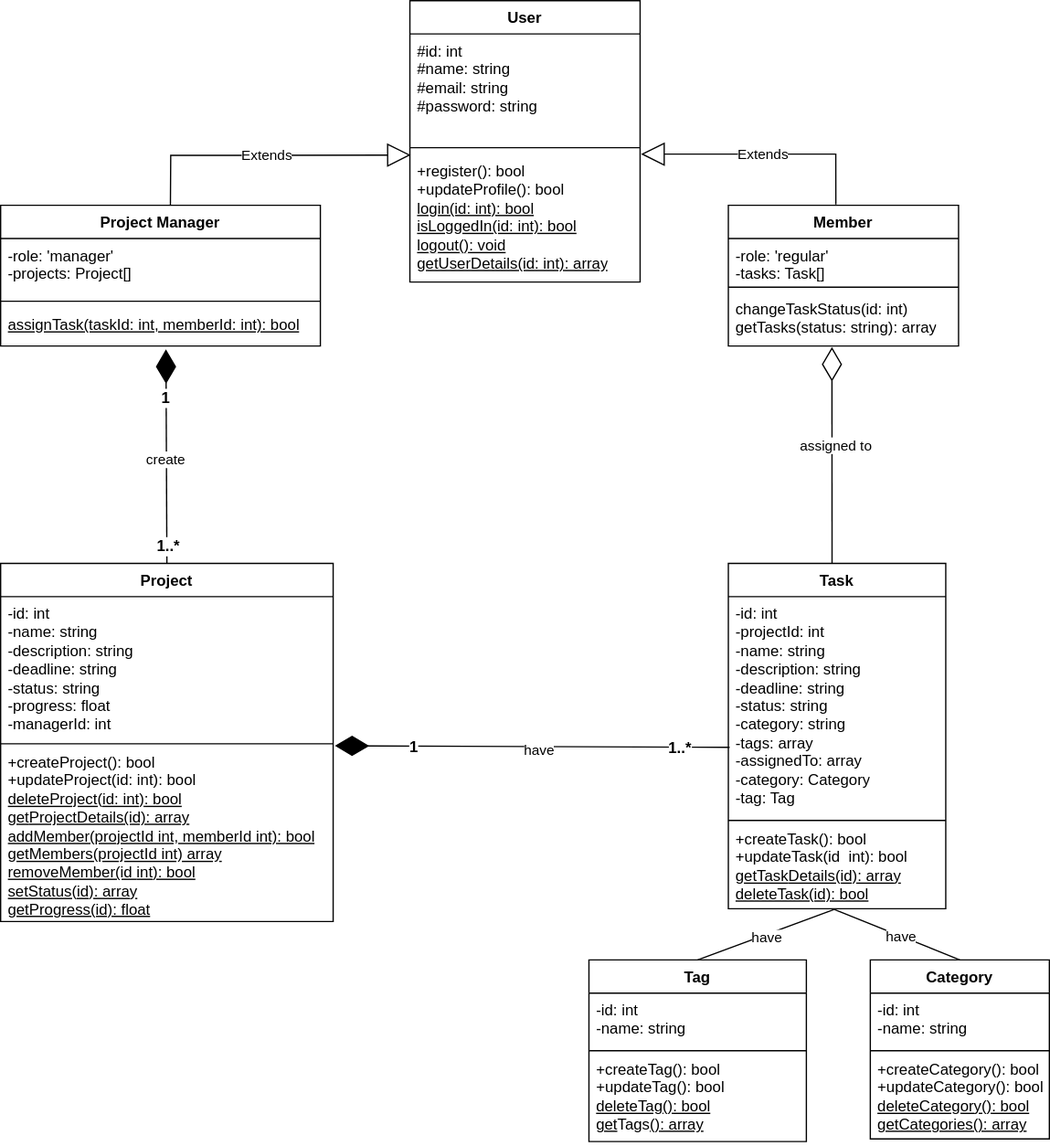
Before: UML Diagrams/class.svg, a diagram exported from draw.io (Youcode-Classe-E-2024-2025/Ayoub_Akraou-Project). Source tidied: cells renumbered, new cells last; positions are measured from the earlier drawing's top-left corner, leaving out a move shared by most shapes.
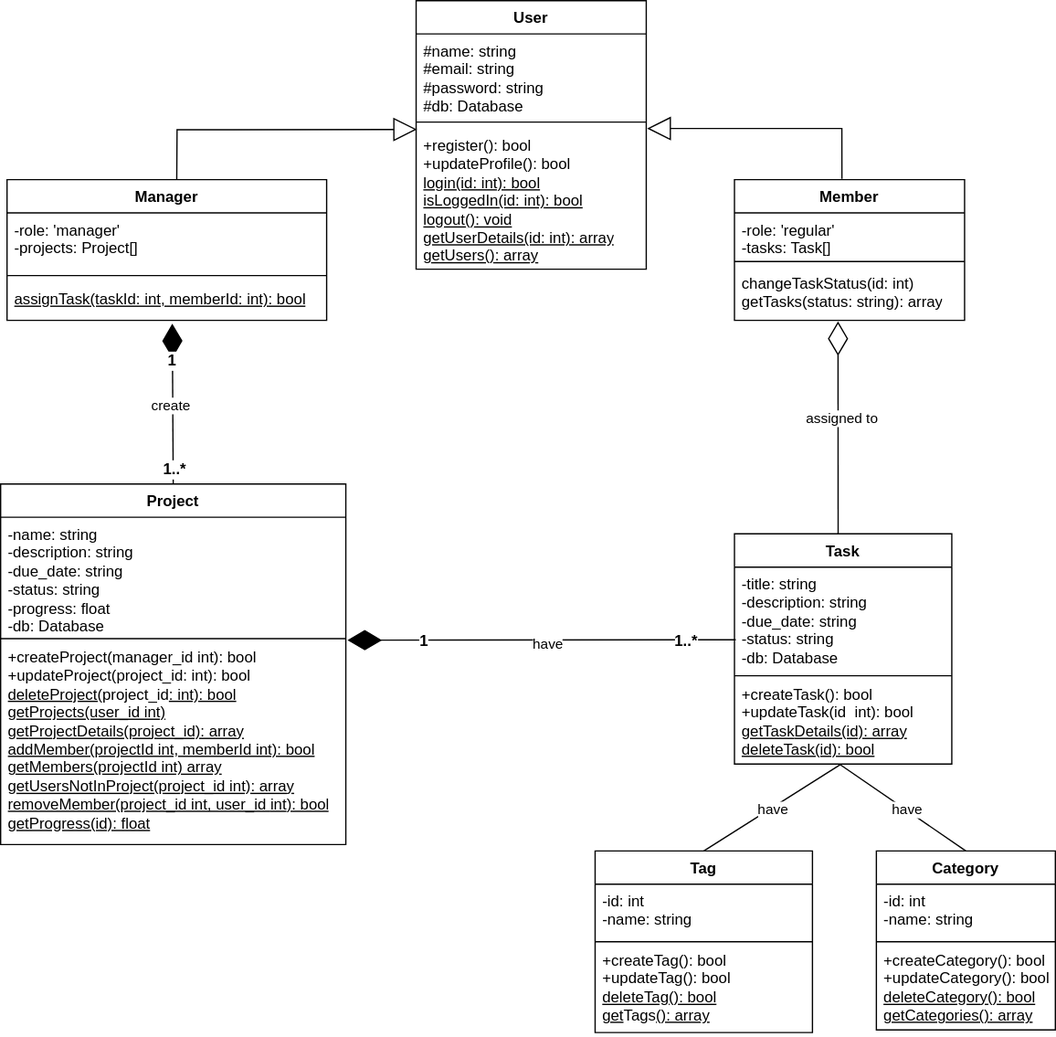
After the commit.

Commit message:
mettre a jour le diagram de class pour etre plus pratique et realistique

What changed in the source:
```diff
@@ -3,30 +3,30 @@
     <mxCell id="0" />
     <mxCell id="1" parent="0" />
     <mxCell id="2" value="User" style="swimlane;fontStyle=1;align=center;verticalAlign=top;horizontal=1;startSize=26;whiteSpace=wrap;html=1;" parent="1" vertex="1">
-      <mxGeometry x="320" width="180" height="220" as="geometry" />
+      <mxGeometry x="320" y="20" width="180" height="210" as="geometry" />
     </mxCell>
-    <mxCell id="3" value="&lt;div&gt;#id: int&lt;/div&gt;#name: string&lt;div&gt;#email: string&lt;/div&gt;&lt;div&gt;#password: string&lt;/div&gt;" style="text;strokeColor=none;fillColor=none;align=left;verticalAlign=top;spacingLeft=4;spacingRight=4;overflow=hidden;whiteSpace=wrap;html=1;" parent="2" vertex="1">
-      <mxGeometry y="26" width="180" height="84" as="geometry" />
+    <mxCell id="3" value="&lt;div&gt;&lt;span style=&quot;background-color: transparent; color: light-dark(rgb(0, 0, 0), rgb(255, 255, 255));&quot;&gt;#name: string&lt;/span&gt;&lt;/div&gt;&lt;div&gt;#email: string&lt;/div&gt;&lt;div&gt;#password: string&lt;/div&gt;&lt;div&gt;#db: Database&lt;/div&gt;" style="text;strokeColor=none;fillColor=none;align=left;verticalAlign=top;spacingLeft=4;spacingRight=4;overflow=hidden;whiteSpace=wrap;html=1;" parent="2" vertex="1">
+      <mxGeometry y="26" width="180" height="64" as="geometry" />
     </mxCell>
     <mxCell id="4" style="line;strokeWidth=1;fillColor=none;align=left;verticalAlign=middle;spacingTop=-1;spacingLeft=3;spacingRight=3;labelPosition=right;strokeColor=inherit;" parent="2" vertex="1">
-      <mxGeometry y="110" width="180" height="10" as="geometry" />
+      <mxGeometry y="90" width="180" height="10" as="geometry" />
     </mxCell>
-    <mxCell id="5" value="&lt;div&gt;&lt;span style=&quot;background-color: transparent; color: light-dark(rgb(0, 0, 0), rgb(255, 255, 255));&quot;&gt;+register(): bool&lt;/span&gt;&lt;/div&gt;&lt;div&gt;+updateProfile(): bool&lt;u&gt;&lt;/u&gt;&lt;/div&gt;&lt;div&gt;&lt;u&gt;login(id: int): bool&lt;/u&gt;&lt;/div&gt;&lt;div&gt;&lt;u&gt;isLoggedIn(id: int): bool&lt;/u&gt;&lt;/div&gt;&lt;div&gt;&lt;u&gt;logout(): void&lt;/u&gt;&lt;/div&gt;&lt;div&gt;&lt;u&gt;getUserDetails(id: int): array&lt;/u&gt;&lt;/div&gt;" style="text;strokeColor=none;fillColor=none;align=left;verticalAlign=top;spacingLeft=4;spacingRight=4;overflow=hidden;points=[[0,0.5],[1,0.5]];portConstraint=eastwest;whiteSpace=wrap;html=1;" parent="2" vertex="1">
-      <mxGeometry y="120" width="180" height="100" as="geometry" />
+    <mxCell id="5" value="&lt;div&gt;&lt;span style=&quot;background-color: transparent; color: light-dark(rgb(0, 0, 0), rgb(255, 255, 255));&quot;&gt;+register(): bool&lt;/span&gt;&lt;/div&gt;&lt;div&gt;+updateProfile(): bool&lt;u&gt;&lt;/u&gt;&lt;/div&gt;&lt;div&gt;&lt;u&gt;login(id: int): bool&lt;/u&gt;&lt;/div&gt;&lt;div&gt;&lt;u&gt;isLoggedIn(id: int): bool&lt;/u&gt;&lt;/div&gt;&lt;div&gt;&lt;u&gt;logout(): void&lt;/u&gt;&lt;/div&gt;&lt;div&gt;&lt;u&gt;getUserDetails(id: int): array&lt;/u&gt;&lt;/div&gt;&lt;div&gt;&lt;u&gt;getUsers(): array&lt;/u&gt;&lt;/div&gt;" style="text;strokeColor=none;fillColor=none;align=left;verticalAlign=top;spacingLeft=4;spacingRight=4;overflow=hidden;points=[[0,0.5],[1,0.5]];portConstraint=eastwest;whiteSpace=wrap;html=1;" parent="2" vertex="1">
+      <mxGeometry y="100" width="180" height="110" as="geometry" />
     </mxCell>
     <mxCell id="6" value="Task" style="swimlane;fontStyle=1;align=center;verticalAlign=top;horizontal=1;startSize=26;whiteSpace=wrap;html=1;" parent="1" vertex="1">
-      <mxGeometry x="569" y="440" width="170" height="270" as="geometry" />
+      <mxGeometry x="569" y="437" width="170" height="180" as="geometry" />
     </mxCell>
-    <mxCell id="7" value="&lt;div&gt;-id: int&lt;/div&gt;&lt;div&gt;-projectId: int&lt;/div&gt;-name: string&lt;div&gt;-description: string&lt;/div&gt;&lt;div&gt;-deadline: string&lt;/div&gt;&lt;div&gt;-status: string&lt;/div&gt;&lt;div&gt;-category: string&lt;/div&gt;&lt;div&gt;-tags: array&lt;/div&gt;&lt;div&gt;-assignedTo: array&lt;/div&gt;&lt;div&gt;-category: Category&lt;/div&gt;&lt;div&gt;-tag: Tag&lt;/div&gt;" style="text;strokeColor=none;fillColor=none;align=left;verticalAlign=top;spacingLeft=4;spacingRight=4;overflow=hidden;points=[[0,0.5],[1,0.5]];portConstraint=eastwest;whiteSpace=wrap;html=1;" parent="6" vertex="1">
-      <mxGeometry y="26" width="170" height="174" as="geometry" />
+    <mxCell id="7" value="&lt;div&gt;&lt;span style=&quot;background-color: transparent; color: light-dark(rgb(0, 0, 0), rgb(255, 255, 255));&quot;&gt;-title: string&lt;/span&gt;&lt;/div&gt;&lt;div&gt;-description: string&lt;/div&gt;&lt;div&gt;-due_date: string&lt;/div&gt;&lt;div&gt;-status: string&lt;/div&gt;&lt;div&gt;-db: Database&lt;/div&gt;" style="text;strokeColor=none;fillColor=none;align=left;verticalAlign=top;spacingLeft=4;spacingRight=4;overflow=hidden;points=[[0,0.5],[1,0.5]];portConstraint=eastwest;whiteSpace=wrap;html=1;" parent="6" vertex="1">
+      <mxGeometry y="26" width="170" height="84" as="geometry" />
     </mxCell>
     <mxCell id="8" style="line;strokeWidth=1;fillColor=none;align=left;verticalAlign=middle;spacingTop=-1;spacingLeft=3;spacingRight=3;labelPosition=right;strokeColor=inherit;" parent="6" vertex="1">
-      <mxGeometry y="200" width="170" height="2" as="geometry" />
+      <mxGeometry y="110" width="170" height="2" as="geometry" />
     </mxCell>
     <mxCell id="9" value="&lt;div&gt;+createTask(): bool&lt;u style=&quot;background-color: transparent; color: light-dark(rgb(0, 0, 0), rgb(255, 255, 255));&quot;&gt;&lt;/u&gt;&lt;/div&gt;&lt;div&gt;+updateTask(id&amp;nbsp; int): bool&lt;/div&gt;&lt;div&gt;&lt;u style=&quot;background-color: transparent; color: light-dark(rgb(0, 0, 0), rgb(255, 255, 255));&quot;&gt;getTask&lt;span style=&quot;background-color: transparent; color: light-dark(rgb(0, 0, 0), rgb(255, 255, 255));&quot;&gt;Details(id): array&lt;/span&gt;&lt;/u&gt;&lt;/div&gt;&lt;div&gt;&lt;div&gt;&lt;u&gt;deleteTask(id): bool&lt;/u&gt;&lt;/div&gt;&lt;/div&gt;" style="text;strokeColor=none;fillColor=none;align=left;verticalAlign=top;spacingLeft=4;spacingRight=4;overflow=hidden;points=[[0,0.5],[1,0.5]];portConstraint=eastwest;whiteSpace=wrap;html=1;" parent="6" vertex="1">
-      <mxGeometry y="202" width="170" height="68" as="geometry" />
+      <mxGeometry y="112" width="170" height="68" as="geometry" />
     </mxCell>
-    <mxCell id="10" value="Project Manager" style="swimlane;fontStyle=1;align=center;verticalAlign=top;horizontal=1;startSize=26;whiteSpace=wrap;html=1;" parent="1" vertex="1">
+    <mxCell id="10" value="Manager" style="swimlane;fontStyle=1;align=center;verticalAlign=top;horizontal=1;startSize=26;whiteSpace=wrap;html=1;" parent="1" vertex="1">
       <mxGeometry y="160" width="250" height="110" as="geometry" />
     </mxCell>
     <mxCell id="11" value="&lt;div&gt;-role: 'manager'&lt;/div&gt;-projects: Project[]" style="text;strokeColor=none;fillColor=none;align=left;verticalAlign=top;spacingLeft=4;spacingRight=4;overflow=hidden;whiteSpace=wrap;html=1;" parent="10" vertex="1">
@@ -39,16 +39,16 @@
       <mxGeometry y="80" width="250" height="30" as="geometry" />
     </mxCell>
     <mxCell id="14" value="Project" style="swimlane;fontStyle=1;align=center;verticalAlign=top;horizontal=1;startSize=26;whiteSpace=wrap;html=1;" parent="1" vertex="1">
-      <mxGeometry y="440" width="260" height="280" as="geometry" />
+      <mxGeometry x="-5" y="398" width="270" height="282" as="geometry" />
     </mxCell>
-    <mxCell id="15" value="&lt;div&gt;-id: int&lt;/div&gt;-name: string&lt;div&gt;-description: string&lt;/div&gt;&lt;div&gt;-deadline: string&lt;/div&gt;&lt;div&gt;-status: string&lt;/div&gt;&lt;div&gt;-progress: float&lt;/div&gt;&lt;div&gt;-managerId: int&lt;/div&gt;" style="text;strokeColor=none;fillColor=none;align=left;verticalAlign=top;spacingLeft=4;spacingRight=4;overflow=hidden;points=[[0,0.5],[1,0.5]];portConstraint=eastwest;whiteSpace=wrap;html=1;" parent="14" vertex="1">
-      <mxGeometry y="26" width="260" height="114" as="geometry" />
+    <mxCell id="15" value="&lt;div&gt;&lt;span style=&quot;background-color: transparent; color: light-dark(rgb(0, 0, 0), rgb(255, 255, 255));&quot;&gt;-name: string&lt;/span&gt;&lt;/div&gt;&lt;div&gt;-description: string&lt;/div&gt;&lt;div&gt;-due_date: string&lt;/div&gt;&lt;div&gt;-status: string&lt;/div&gt;&lt;div&gt;-progress: float&lt;/div&gt;&lt;div&gt;-db: Database&lt;/div&gt;" style="text;strokeColor=none;fillColor=none;align=left;verticalAlign=top;spacingLeft=4;spacingRight=4;overflow=hidden;points=[[0,0.5],[1,0.5]];portConstraint=eastwest;whiteSpace=wrap;html=1;" parent="14" vertex="1">
+      <mxGeometry y="26" width="270" height="94" as="geometry" />
     </mxCell>
     <mxCell id="16" style="line;strokeWidth=1;fillColor=none;align=left;verticalAlign=middle;spacingTop=-1;spacingLeft=3;spacingRight=3;labelPosition=right;strokeColor=inherit;" parent="14" vertex="1">
-      <mxGeometry y="140" width="260" height="2" as="geometry" />
+      <mxGeometry y="120" width="270" height="2" as="geometry" />
     </mxCell>
-    <mxCell id="17" value="&lt;div&gt;+createProject(): bool&lt;div&gt;&lt;div&gt;&lt;span style=&quot;background-color: transparent; color: light-dark(rgb(0, 0, 0), rgb(255, 255, 255));&quot;&gt;+updateProject(id: int): bool&lt;/span&gt;&lt;/div&gt;&lt;div&gt;&lt;u&gt;deleteProject(id: int): bool&lt;/u&gt;&lt;/div&gt;&lt;/div&gt;&lt;/div&gt;&lt;div&gt;&lt;u style=&quot;background-color: transparent; color: light-dark(rgb(0, 0, 0), rgb(255, 255, 255));&quot;&gt;get&lt;span style=&quot;background-color: transparent; color: light-dark(rgb(0, 0, 0), rgb(255, 255, 255));&quot;&gt;ProjectDetails(id): array&lt;/span&gt;&lt;/u&gt;&lt;/div&gt;&lt;div&gt;&lt;u style=&quot;background-color: transparent; color: light-dark(rgb(0, 0, 0), rgb(255, 255, 255));&quot;&gt;addMember(projectId int, memberId int): bool&lt;/u&gt;&lt;/div&gt;&lt;div&gt;&lt;u style=&quot;background-color: transparent; color: light-dark(rgb(0, 0, 0), rgb(255, 255, 255));&quot;&gt;getMembers(projectId int) array&lt;/u&gt;&lt;/div&gt;&lt;div&gt;&lt;u&gt;removeMember(id&amp;nbsp;&lt;/u&gt;&lt;u style=&quot;background-color: transparent; color: light-dark(rgb(0, 0, 0), rgb(255, 255, 255));&quot;&gt;int&lt;/u&gt;&lt;u style=&quot;background-color: transparent; color: light-dark(rgb(0, 0, 0), rgb(255, 255, 255));&quot;&gt;): bool&lt;/u&gt;&lt;/div&gt;&lt;div&gt;&lt;u&gt;setStatus(id): array&lt;/u&gt;&lt;/div&gt;&lt;div&gt;&lt;u&gt;getProgress(id): float&lt;/u&gt;&lt;/div&gt;" style="text;strokeColor=none;fillColor=none;align=left;verticalAlign=top;spacingLeft=4;spacingRight=4;overflow=hidden;whiteSpace=wrap;html=1;" parent="14" vertex="1">
-      <mxGeometry y="142" width="260" height="138" as="geometry" />
+    <mxCell id="17" value="&lt;div&gt;+createProject(manager_id int): bool&lt;div&gt;&lt;div&gt;&lt;span style=&quot;background-color: transparent; color: light-dark(rgb(0, 0, 0), rgb(255, 255, 255));&quot;&gt;+updateProject(project_id: int): bool&lt;/span&gt;&lt;/div&gt;&lt;div&gt;&lt;u&gt;deleteProject(&lt;/u&gt;&lt;span style=&quot;background-color: transparent; color: light-dark(rgb(0, 0, 0), rgb(255, 255, 255));&quot;&gt;project_id&lt;/span&gt;&lt;u style=&quot;background-color: transparent; color: light-dark(rgb(0, 0, 0), rgb(255, 255, 255));&quot;&gt;: int): bool&lt;/u&gt;&lt;/div&gt;&lt;/div&gt;&lt;/div&gt;&lt;div&gt;&lt;u style=&quot;background-color: transparent; color: light-dark(rgb(0, 0, 0), rgb(255, 255, 255));&quot;&gt;getProjects(user_id int)&lt;/u&gt;&lt;/div&gt;&lt;div&gt;&lt;u style=&quot;background-color: transparent; color: light-dark(rgb(0, 0, 0), rgb(255, 255, 255));&quot;&gt;get&lt;span style=&quot;background-color: transparent; color: light-dark(rgb(0, 0, 0), rgb(255, 255, 255));&quot;&gt;ProjectDetails(project_id): array&lt;/span&gt;&lt;/u&gt;&lt;/div&gt;&lt;div&gt;&lt;u style=&quot;background-color: transparent; color: light-dark(rgb(0, 0, 0), rgb(255, 255, 255));&quot;&gt;addMember(projectId int, memberId int): bool&lt;/u&gt;&lt;/div&gt;&lt;div&gt;&lt;u style=&quot;background-color: transparent; color: light-dark(rgb(0, 0, 0), rgb(255, 255, 255));&quot;&gt;getMembers(projectId int) array&lt;/u&gt;&lt;/div&gt;&lt;div&gt;&lt;u style=&quot;background-color: transparent; color: light-dark(rgb(0, 0, 0), rgb(255, 255, 255));&quot;&gt;getUsersNotInProject(project_id int): array&lt;/u&gt;&lt;/div&gt;&lt;div&gt;&lt;u&gt;removeMember(project_id int, user_id&amp;nbsp;&lt;/u&gt;&lt;u style=&quot;background-color: transparent; color: light-dark(rgb(0, 0, 0), rgb(255, 255, 255));&quot;&gt;int&lt;/u&gt;&lt;u style=&quot;background-color: transparent; color: light-dark(rgb(0, 0, 0), rgb(255, 255, 255));&quot;&gt;): bool&lt;/u&gt;&lt;/div&gt;&lt;div&gt;&lt;u style=&quot;background-color: transparent; color: light-dark(rgb(0, 0, 0), rgb(255, 255, 255));&quot;&gt;getProgress(id): float&lt;/u&gt;&lt;/div&gt;" style="text;strokeColor=none;fillColor=none;align=left;verticalAlign=top;spacingLeft=4;spacingRight=4;overflow=hidden;whiteSpace=wrap;html=1;" parent="14" vertex="1">
+      <mxGeometry y="122" width="270" height="160" as="geometry" />
     </mxCell>
     <mxCell id="18" value="Member" style="swimlane;fontStyle=1;align=center;verticalAlign=top;horizontal=1;startSize=26;whiteSpace=wrap;html=1;" parent="1" vertex="1">
       <mxGeometry x="569" y="160" width="180" height="110" as="geometry" />
@@ -62,14 +62,14 @@
     <mxCell id="21" value="&lt;span style=&quot;text-wrap-mode: nowrap;&quot;&gt;changeTaskStatus(id: int)&lt;/span&gt;&lt;div style=&quot;text-wrap-mode: nowrap;&quot;&gt;getTasks(status: string): array&lt;/div&gt;" style="text;strokeColor=none;fillColor=none;align=left;verticalAlign=top;spacingLeft=4;spacingRight=4;overflow=hidden;whiteSpace=wrap;html=1;" parent="18" vertex="1">
       <mxGeometry y="68" width="180" height="42" as="geometry" />
     </mxCell>
-    <mxCell id="22" value="Extends" style="endArrow=block;endSize=16;endFill=0;html=1;rounded=0;entryX=0.004;entryY=0.007;entryDx=0;entryDy=0;entryPerimeter=0;exitX=0.531;exitY=0;exitDx=0;exitDy=0;exitPerimeter=0;" parent="1" edge="1" source="10" target="5">
+    <mxCell id="22" style="endArrow=block;endSize=16;endFill=0;html=1;rounded=0;entryX=0.004;entryY=0.007;entryDx=0;entryDy=0;entryPerimeter=0;exitX=0.531;exitY=0;exitDx=0;exitDy=0;exitPerimeter=0;" parent="1" edge="1" source="10" target="5">
       <mxGeometry relative="1" as="geometry">
         <Array as="points">
           <mxPoint x="133" y="121" />
         </Array>
       </mxGeometry>
     </mxCell>
-    <mxCell id="23" value="Extends" style="endArrow=block;endSize=16;endFill=0;html=1;rounded=0;entryX=1.004;entryY=0;entryDx=0;entryDy=0;entryPerimeter=0;exitX=0.467;exitY=-0.006;exitDx=0;exitDy=0;exitPerimeter=0;" parent="1" edge="1" source="18" target="5">
+    <mxCell id="23" style="endArrow=block;endSize=16;endFill=0;html=1;rounded=0;entryX=1.004;entryY=0;entryDx=0;entryDy=0;entryPerimeter=0;exitX=0.467;exitY=-0.006;exitDx=0;exitDy=0;exitPerimeter=0;" parent="1" edge="1" source="18" target="5">
       <mxGeometry relative="1" as="geometry">
         <Array as="points">
           <mxPoint x="653" y="120" />
@@ -117,7 +117,7 @@
       </mxGeometry>
     </mxCell>
     <mxCell id="34" value="Category" style="swimlane;fontStyle=1;align=center;verticalAlign=top;horizontal=1;startSize=26;whiteSpace=wrap;html=1;" parent="1" vertex="1">
-      <mxGeometry x="680" y="750" width="140" height="140" as="geometry" />
+      <mxGeometry x="680" y="685" width="140" height="140" as="geometry" />
     </mxCell>
     <mxCell id="35" value="-id: int&lt;div&gt;-name: string&lt;/div&gt;&lt;div&gt;&lt;br&gt;&lt;/div&gt;" style="text;strokeColor=none;fillColor=none;align=left;verticalAlign=top;spacingLeft=4;spacingRight=4;overflow=hidden;whiteSpace=wrap;html=1;" parent="34" vertex="1">
       <mxGeometry y="26" width="140" height="44" as="geometry" />
@@ -129,7 +129,7 @@
       <mxGeometry y="72" width="140" height="68" as="geometry" />
     </mxCell>
     <mxCell id="38" value="Tag" style="swimlane;fontStyle=1;align=center;verticalAlign=top;horizontal=1;startSize=26;whiteSpace=wrap;html=1;" parent="1" vertex="1">
-      <mxGeometry x="460" y="750" width="170" height="142" as="geometry" />
+      <mxGeometry x="460" y="685" width="170" height="142" as="geometry" />
     </mxCell>
     <mxCell id="39" value="-id: int&lt;div&gt;-name: string&lt;/div&gt;&lt;div&gt;&lt;br&gt;&lt;/div&gt;" style="text;strokeColor=none;fillColor=none;align=left;verticalAlign=top;spacingLeft=4;spacingRight=4;overflow=hidden;whiteSpace=wrap;html=1;" parent="38" vertex="1">
       <mxGeometry y="26" width="170" height="44" as="geometry" />
```
